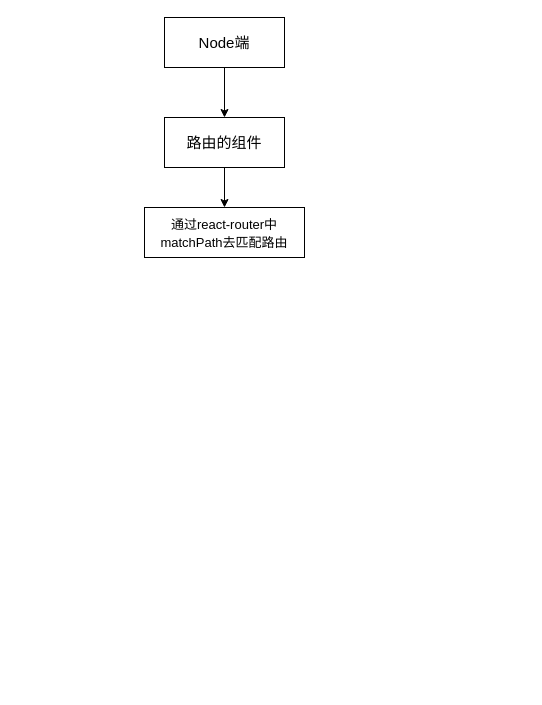
Earlier version of the draw.io diagram page "第 5 页" (5 of 5) of csr.drawio (happycodejs2/electron-project). Source tidied: cells renumbered, new cells numbered last; positions are measured from the earlier drawing's top-left corner, leaving out a move shared by most shapes. Both pictures are drawn from the tidied source at 100%, with x=0, y=0 at pixel (144, 17).
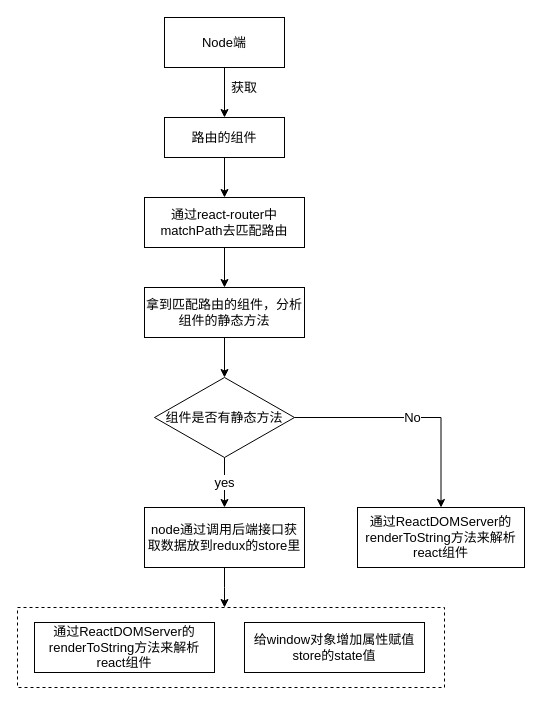
The same diagram, later.

Diff of the diagram source:
```diff
@@
+    <mxCell id="7" style="rounded=0;whiteSpace=wrap;html=1;fontSize=13;dashed=1;" parent="1" vertex="1">
+      <mxGeometry x="-127" y="590" width="427" height="80" as="geometry" />
+    </mxCell>
@@
-    <mxCell id="3" value="Node端" style="rounded=0;whiteSpace=wrap;html=1;fontSize=15;" parent="1" vertex="1">
+    <mxCell id="3" value="Node端" style="rounded=0;whiteSpace=wrap;html=1;fontSize=13;" parent="1" vertex="1">
       <mxGeometry x="20" width="120" height="50" as="geometry" />
     </mxCell>
@@
-    <mxCell id="5" value="路由的组件" style="rounded=0;whiteSpace=wrap;html=1;fontSize=15;" parent="1" vertex="1">
-      <mxGeometry x="20" y="100" width="120" height="50" as="geometry" />
+    <mxCell id="5" value="路由的组件" style="rounded=0;whiteSpace=wrap;html=1;fontSize=13;" parent="1" vertex="1">
+      <mxGeometry x="20" y="100" width="120" height="40" as="geometry" />
     </mxCell>
+    <mxCell id="8" style="edgeStyle=orthogonalEdgeStyle;rounded=0;jettySize=auto;html=1;strokeWidth=1;fontSize=13;" parent="1" edge="1" source="6" target="10">
+      <mxGeometry relative="1" as="geometry" />
+    </mxCell>
-    <mxCell id="6" value="&lt;font style=&quot;font-size: 13px&quot;&gt;通过react-router中matchPath去匹配路由&lt;/font&gt;" style="rounded=0;whiteSpace=wrap;html=1;fontSize=15;" parent="1" vertex="1">
-      <mxGeometry y="190" width="160" height="50" as="geometry" />
+    <mxCell id="6" value="&lt;font style=&quot;font-size: 13px;&quot;&gt;通过react-router中matchPath去匹配路由&lt;/font&gt;" style="rounded=0;whiteSpace=wrap;html=1;fontSize=13;" parent="1" vertex="1">
+      <mxGeometry y="180" width="160" height="50" as="geometry" />
     </mxCell>
+    <mxCell id="9" style="edgeStyle=orthogonalEdgeStyle;rounded=0;jettySize=auto;html=1;strokeWidth=1;fontSize=13;" parent="1" edge="1" source="10" target="14">
+      <mxGeometry relative="1" as="geometry" />
+    </mxCell>
+    <mxCell id="10" value="&lt;font style=&quot;font-size: 13px&quot;&gt;拿到匹配路由的组件，分析组件的静态方法&lt;/font&gt;" style="rounded=0;whiteSpace=wrap;html=1;fontSize=13;" parent="1" vertex="1">
+      <mxGeometry y="270" width="160" height="50" as="geometry" />
+    </mxCell>
+    <mxCell id="11" value="获取" style="text;html=1;strokeColor=none;fillColor=none;align=center;verticalAlign=middle;whiteSpace=wrap;rounded=0;fontSize=13;" parent="1" vertex="1">
+      <mxGeometry x="80" y="60" width="40" height="20" as="geometry" />
+    </mxCell>
+    <mxCell id="12" value="yes" style="edgeStyle=orthogonalEdgeStyle;rounded=0;jettySize=auto;html=1;strokeWidth=1;fontSize=13;entryX=0.5;entryY=0;entryDx=0;entryDy=0;" parent="1" edge="1" source="14" target="16">
+      <mxGeometry relative="1" as="geometry" />
+    </mxCell>
+    <mxCell id="13" value="No" style="edgeStyle=orthogonalEdgeStyle;rounded=0;jettySize=auto;html=1;strokeWidth=1;fontSize=13;entryX=0.5;entryY=0;entryDx=0;entryDy=0;" parent="1" edge="1" source="14" target="19">
+      <mxGeometry relative="1" as="geometry" />
+    </mxCell>
+    <mxCell id="14" value="组件是否有静态方法" style="rhombus;whiteSpace=wrap;html=1;fontSize=13;" parent="1" vertex="1">
+      <mxGeometry x="10" y="360" width="140" height="80" as="geometry" />
+    </mxCell>
+    <mxCell id="15" style="edgeStyle=orthogonalEdgeStyle;rounded=0;jettySize=auto;html=1;strokeWidth=1;fontSize=13;" parent="1" edge="1" source="16">
+      <mxGeometry relative="1" as="geometry">
+        <mxPoint x="80" y="590" as="targetPoint" />
+      </mxGeometry>
+    </mxCell>
+    <mxCell id="16" value="node通过调用后端接口获取数据放到redux的store里" style="rounded=0;whiteSpace=wrap;html=1;fontSize=13;" parent="1" vertex="1">
+      <mxGeometry y="490" width="160" height="60" as="geometry" />
+    </mxCell>
+    <mxCell id="17" value="通过ReactDOMServer的renderToString方法来解析react组件" style="rounded=0;whiteSpace=wrap;html=1;fontSize=13;" parent="1" vertex="1">
+      <mxGeometry x="-110" y="605" width="180" height="50" as="geometry" />
+    </mxCell>
+    <mxCell id="18" value="给window对象增加属性赋值store的state值" style="rounded=0;whiteSpace=wrap;html=1;fontSize=13;" parent="1" vertex="1">
+      <mxGeometry x="100" y="605" width="180" height="50" as="geometry" />
+    </mxCell>
+    <mxCell id="19" value="通过ReactDOMServer的renderToString方法来解析react组件" style="rounded=0;whiteSpace=wrap;html=1;fontSize=13;" parent="1" vertex="1">
+      <mxGeometry x="213" y="490" width="167" height="60" as="geometry" />
+    </mxCell>
```
